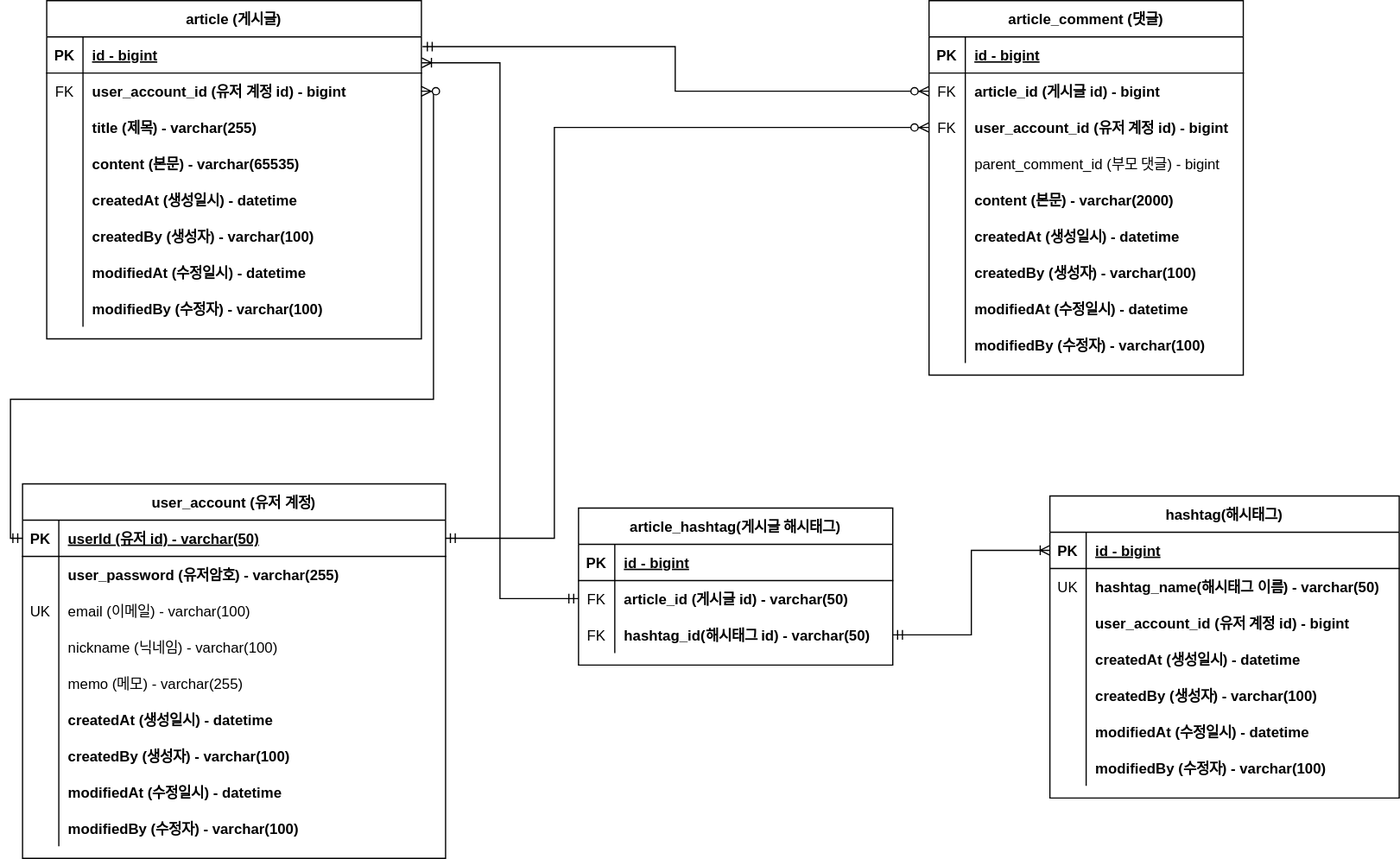
Before: document/project-board.svg, a diagram exported from draw.io (GGHDMS/board-project). Source tidied: cells renumbered, new cells last; positions are measured from the earlier drawing's top-left corner, leaving out a move shared by most shapes.
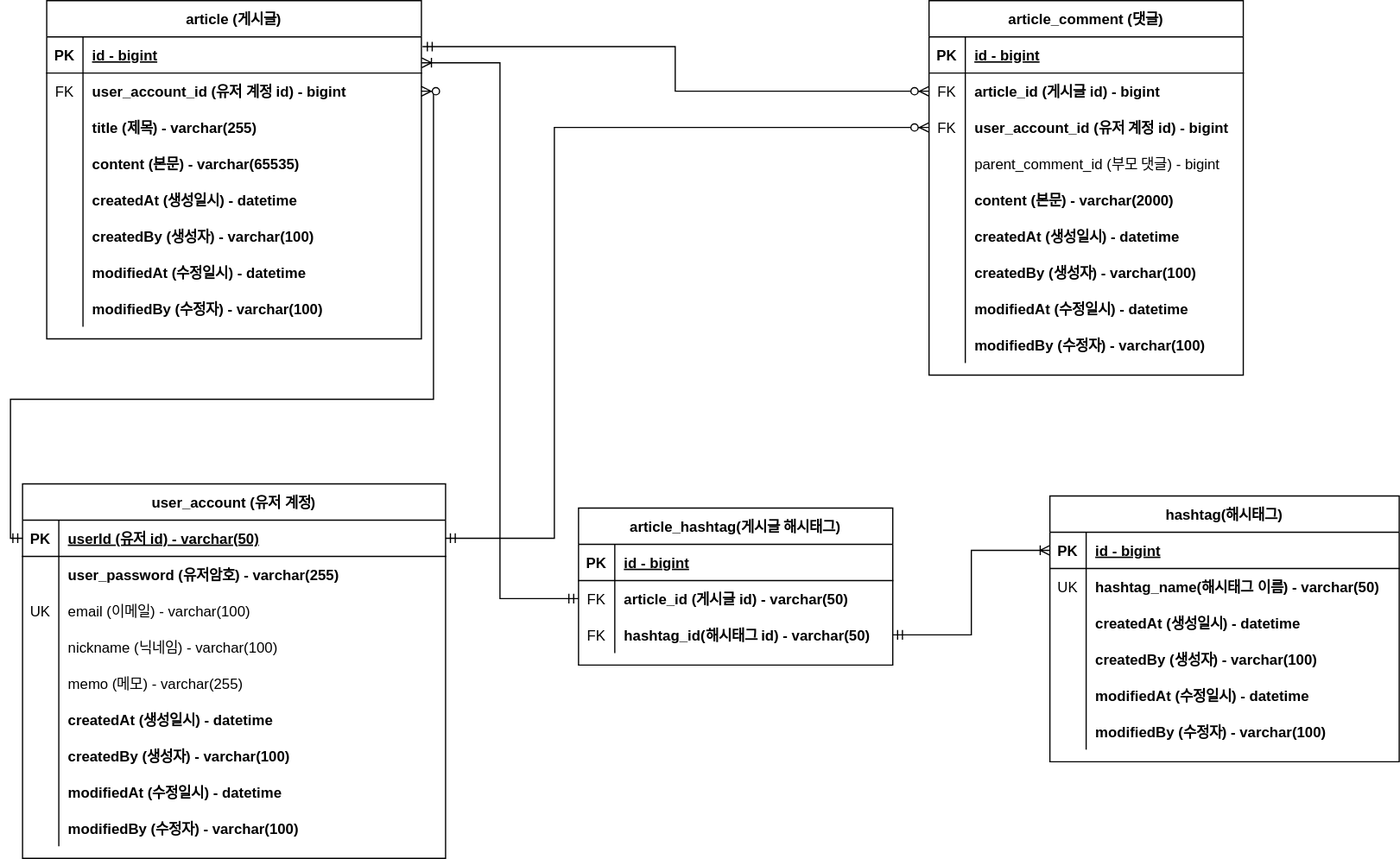
After the commit.

Commit message:
#61 - project-board.svg 업데이트: hashtag table 잘못된 부분 수정

Diff of the diagram source:
```diff
@@ -276,7 +276,7 @@
       <mxGeometry x="30" width="230" height="30" as="geometry" />
     </mxCell>
     <mxCell id="93" value="hashtag(해시태그)" style="shape=table;startSize=30;rowLines=0;fontStyle=1;align=center;" parent="1" vertex="1">
-      <mxGeometry x="860" y="410" width="289" height="250" as="geometry" />
+      <mxGeometry x="860" y="410" width="289" height="220" as="geometry" />
     </mxCell>
     <mxCell id="94" style="shape=tableRow;horizontal=0;startSize=0;swimlaneHead=0;swimlaneBody=0;fillColor=none;points=[[0,0.5],[1,0.5]];portConstraint=eastwest;top=0;left=0;right=0;bottom=1;" parent="93" vertex="1">
       <mxGeometry y="30" width="289" height="30" as="geometry" />
@@ -296,17 +296,8 @@
     <mxCell id="99" value="hashtag_name(해시태그 이름) - varchar(50)" style="shape=partialRectangle;fillColor=none;top=0;left=0;bottom=0;right=0;align=left;spacingLeft=6;overflow=hidden;fontStyle=1;" parent="97" vertex="1">
       <mxGeometry x="30" width="259" height="30" as="geometry" />
     </mxCell>
-    <mxCell id="100" style="shape=tableRow;horizontal=0;startSize=0;swimlaneHead=0;swimlaneBody=0;fillColor=none;top=0;left=0;right=0;bottom=0;" parent="93" vertex="1">
-      <mxGeometry y="90" width="289" height="30" as="geometry" />
-    </mxCell>
-    <mxCell id="101" style="shape=partialRectangle;fillColor=none;top=0;left=0;bottom=0;right=0;overflow=hidden;" parent="100" vertex="1">
-      <mxGeometry width="30" height="30" as="geometry" />
-    </mxCell>
-    <mxCell id="102" value="user_account_id (유저 계정 id) - bigint" style="shape=partialRectangle;fillColor=none;top=0;left=0;bottom=0;right=0;align=left;spacingLeft=6;overflow=hidden;fontStyle=1;" parent="100" vertex="1">
-      <mxGeometry x="30" width="259" height="30" as="geometry" />
-    </mxCell>
     <mxCell id="103" style="shape=tableRow;horizontal=0;startSize=0;swimlaneHead=0;swimlaneBody=0;fillColor=none;top=0;left=0;right=0;bottom=0;" parent="93" vertex="1">
-      <mxGeometry y="120" width="289" height="30" as="geometry" />
+      <mxGeometry y="90" width="289" height="30" as="geometry" />
     </mxCell>
     <mxCell id="104" style="shape=partialRectangle;fillColor=none;top=0;left=0;bottom=0;right=0;overflow=hidden;" parent="103" vertex="1">
       <mxGeometry width="30" height="30" as="geometry" />
@@ -315,7 +306,7 @@
       <mxGeometry x="30" width="259" height="30" as="geometry" />
     </mxCell>
     <mxCell id="106" style="shape=tableRow;horizontal=0;startSize=0;swimlaneHead=0;swimlaneBody=0;fillColor=none;top=0;left=0;right=0;bottom=0;" parent="93" vertex="1">
-      <mxGeometry y="150" width="289" height="30" as="geometry" />
+      <mxGeometry y="120" width="289" height="30" as="geometry" />
     </mxCell>
     <mxCell id="107" style="shape=partialRectangle;fillColor=none;top=0;left=0;bottom=0;right=0;overflow=hidden;" parent="106" vertex="1">
       <mxGeometry width="30" height="30" as="geometry" />
@@ -324,7 +315,7 @@
       <mxGeometry x="30" width="259" height="30" as="geometry" />
     </mxCell>
     <mxCell id="109" style="shape=tableRow;horizontal=0;startSize=0;swimlaneHead=0;swimlaneBody=0;fillColor=none;top=0;left=0;right=0;bottom=0;" parent="93" vertex="1">
-      <mxGeometry y="180" width="289" height="30" as="geometry" />
+      <mxGeometry y="150" width="289" height="30" as="geometry" />
     </mxCell>
     <mxCell id="110" style="shape=partialRectangle;fillColor=none;top=0;left=0;bottom=0;right=0;overflow=hidden;" parent="109" vertex="1">
       <mxGeometry width="30" height="30" as="geometry" />
@@ -333,7 +324,7 @@
       <mxGeometry x="30" width="259" height="30" as="geometry" />
     </mxCell>
     <mxCell id="112" style="shape=tableRow;horizontal=0;startSize=0;swimlaneHead=0;swimlaneBody=0;fillColor=none;top=0;left=0;right=0;bottom=0;" parent="93" vertex="1">
-      <mxGeometry y="210" width="289" height="30" as="geometry" />
+      <mxGeometry y="180" width="289" height="30" as="geometry" />
     </mxCell>
     <mxCell id="113" style="shape=partialRectangle;fillColor=none;top=0;left=0;bottom=0;right=0;overflow=hidden;" parent="112" vertex="1">
       <mxGeometry width="30" height="30" as="geometry" />
```
